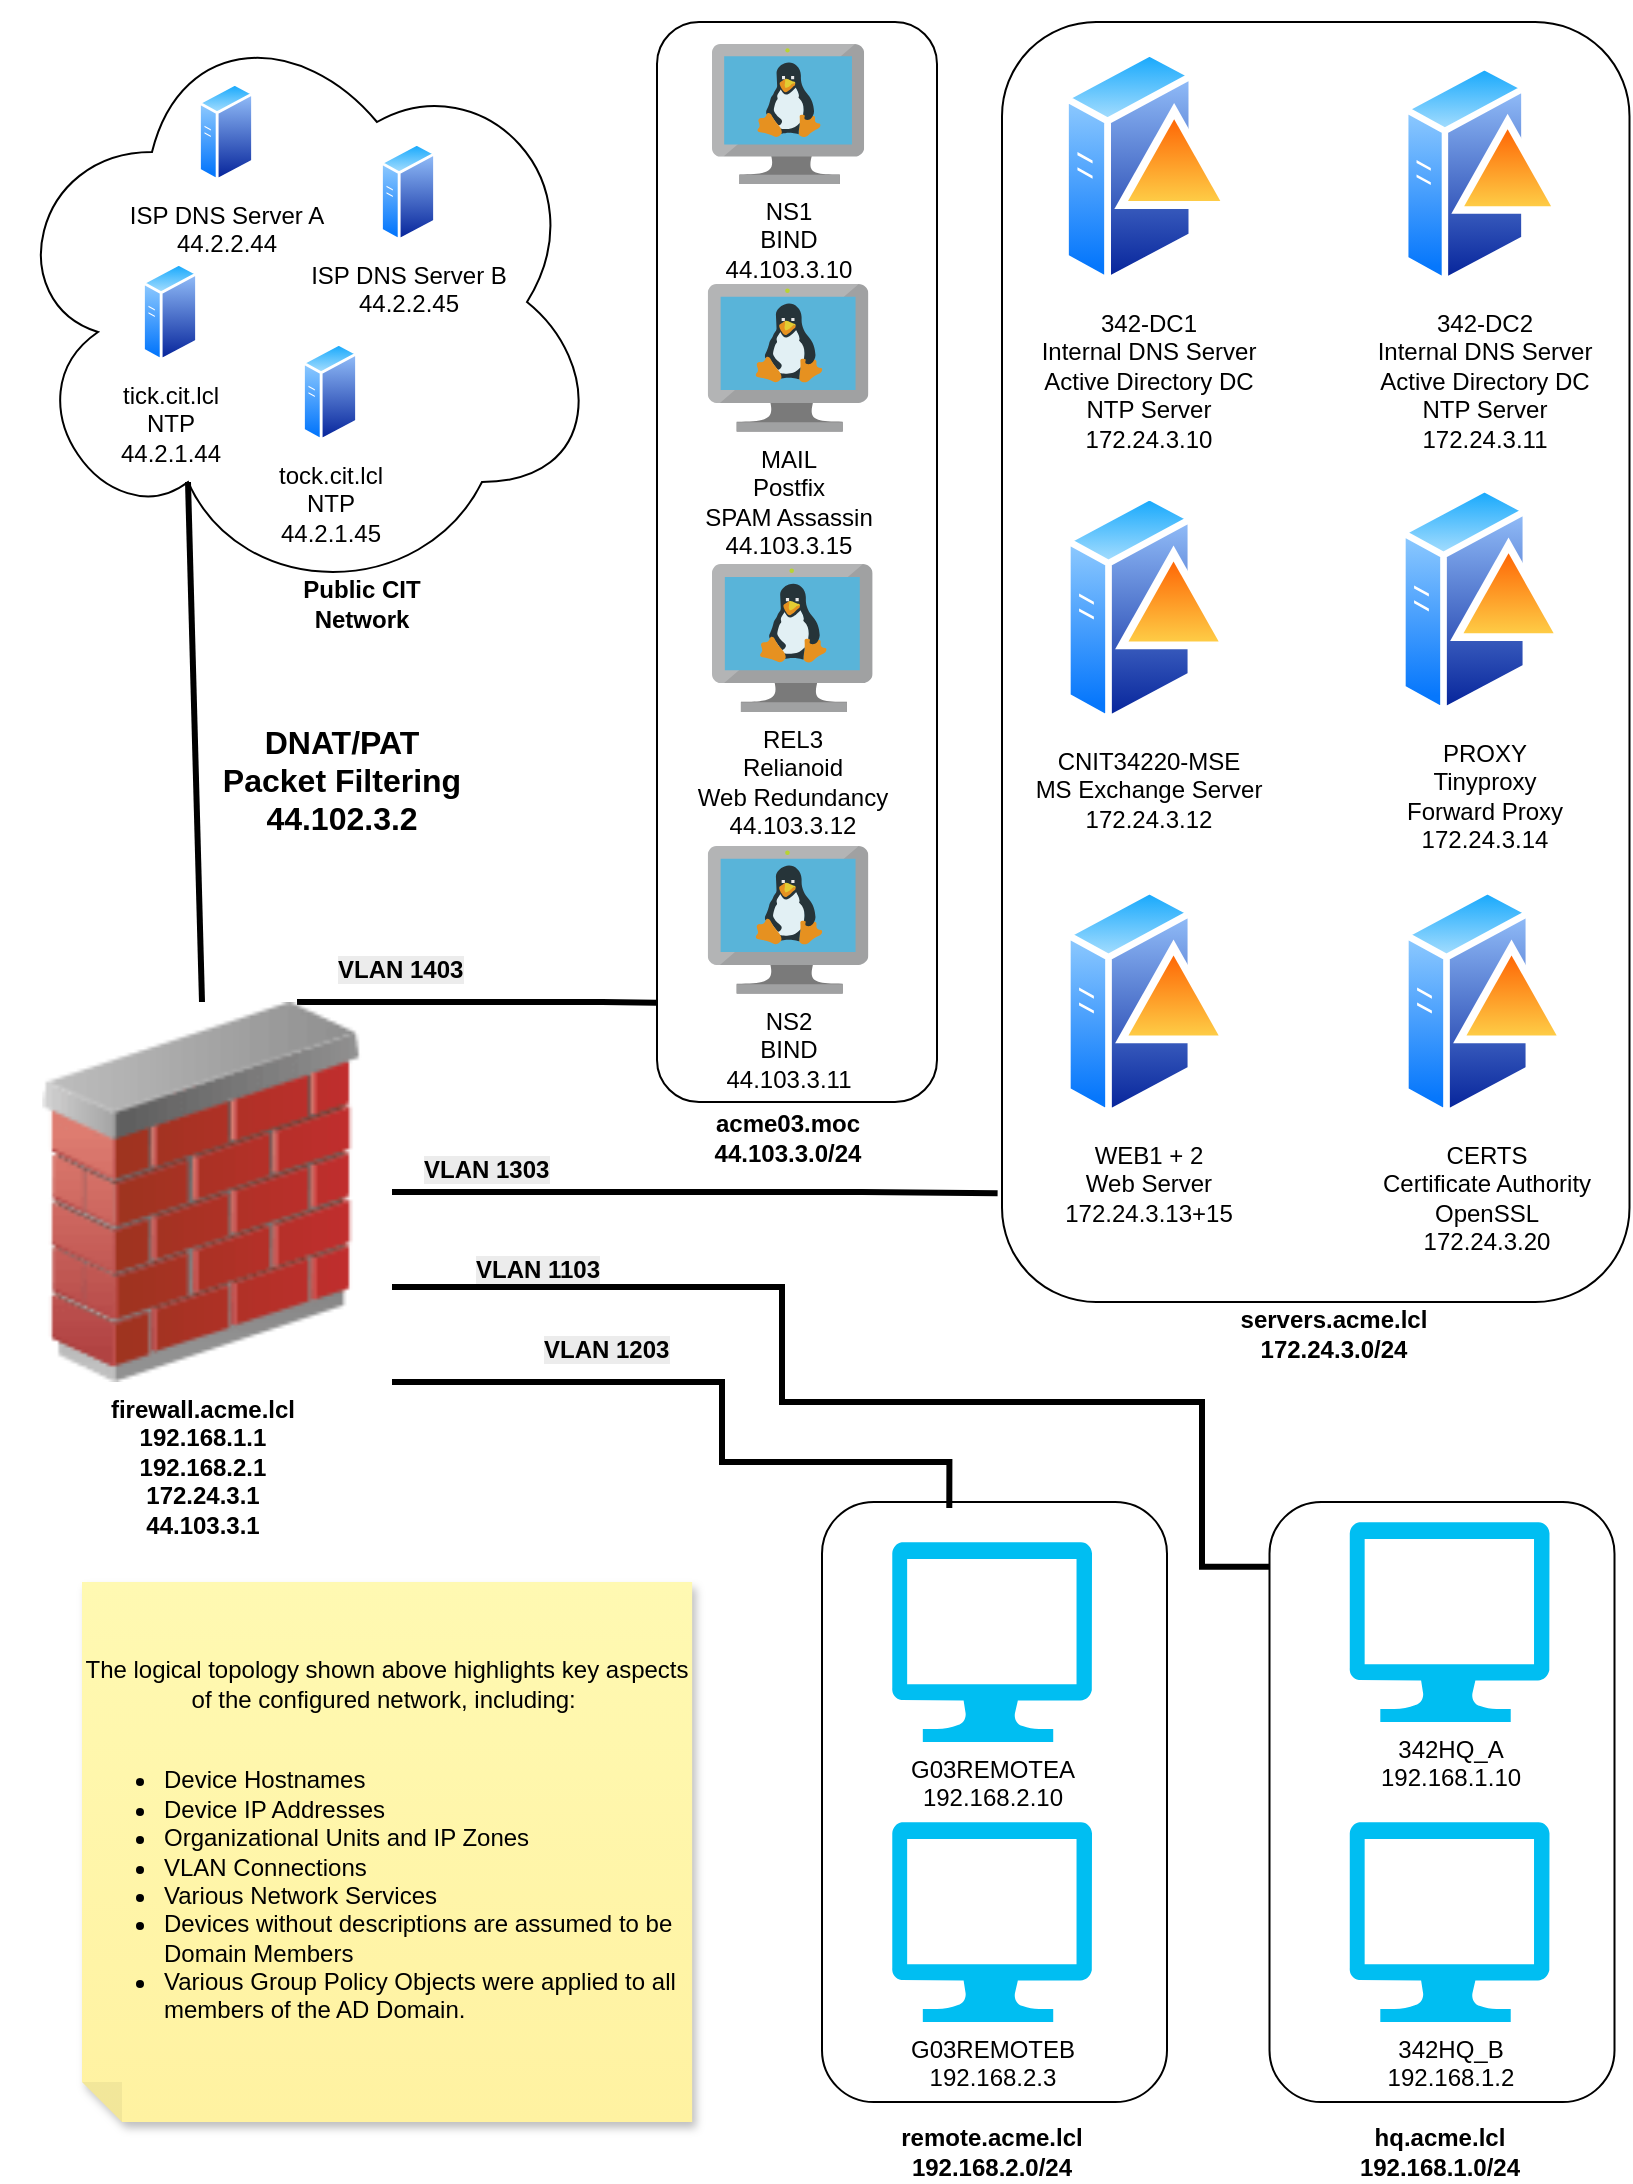
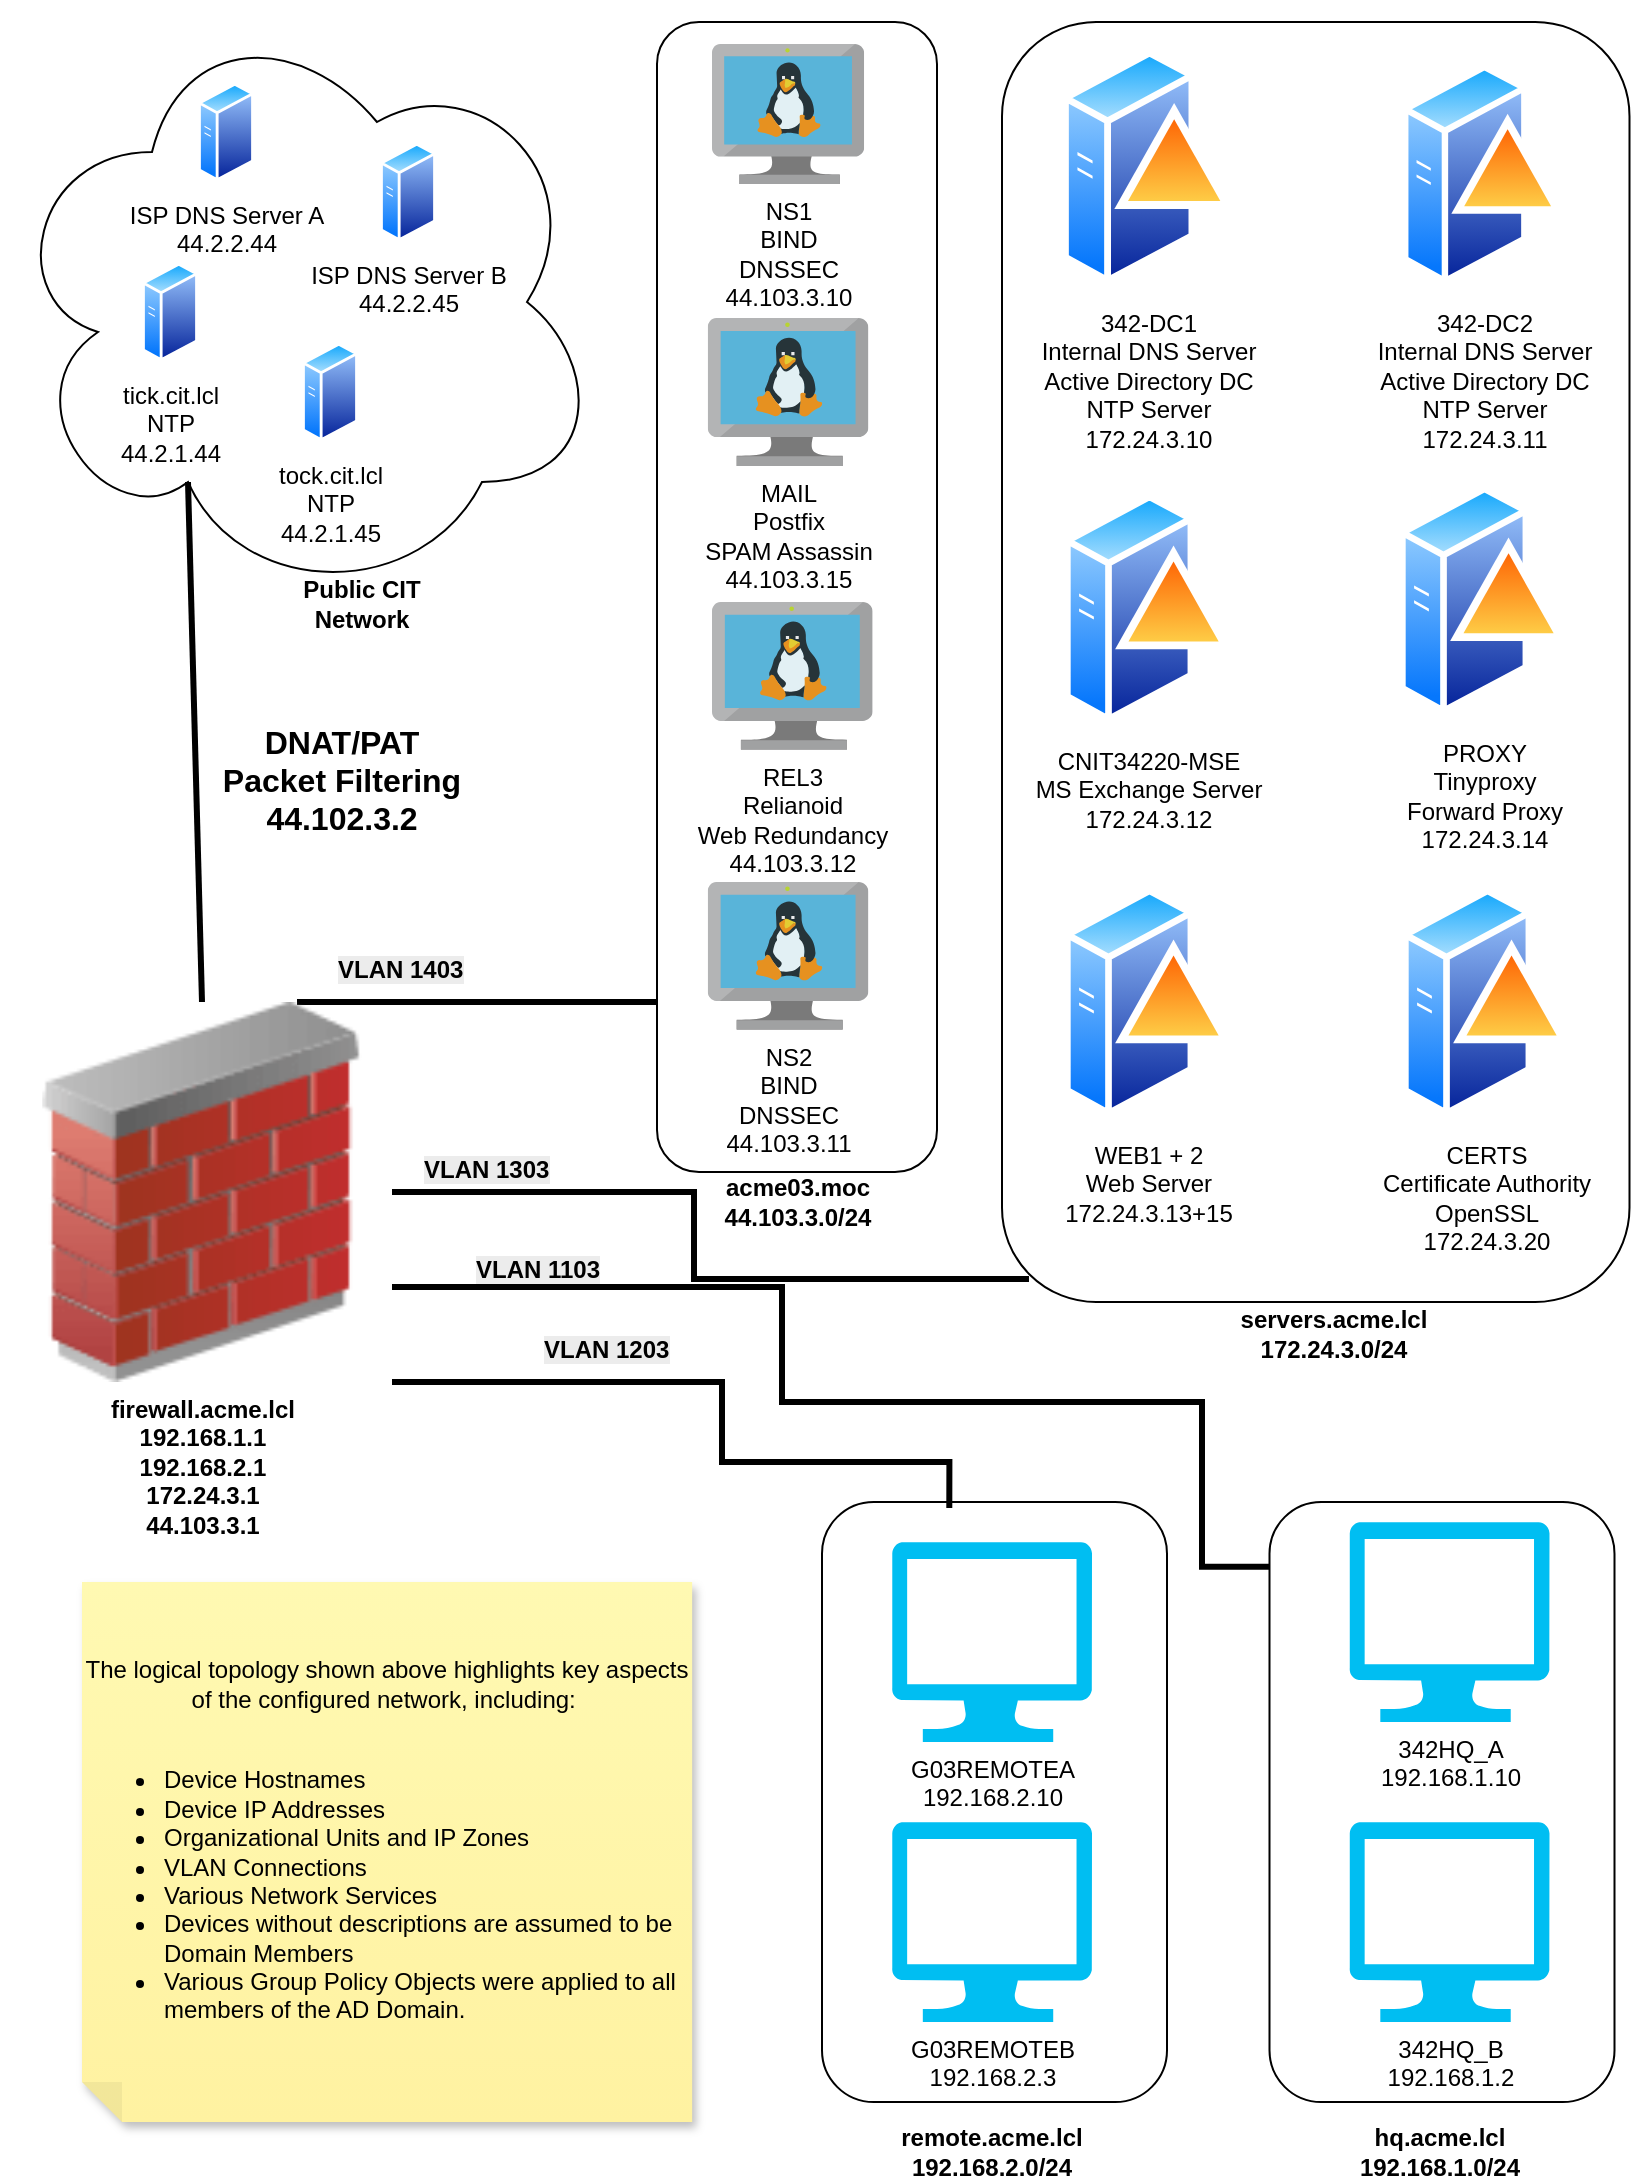
<mxfile host="app.diagrams.net" agent="Mozilla/5.0 (Windows NT 10.0; Win64; x64) AppleWebKit/537.36 (KHTML, like Gecko) Chrome/147.0.0.0 Safari/537.36">
  <diagram name="Page-1" id="woJZa-wE4zO9P6on4YRE">
-     <mxGraphModel dx="836" dy="1041" grid="1" gridSize="10" guides="1" tooltips="1" connect="1" arrows="1" fold="1" page="1" pageScale="1" pageWidth="850" pageHeight="1100" math="0" shadow="0">
+     <mxGraphModel dx="1064" dy="1325" grid="1" gridSize="10" guides="1" tooltips="1" connect="1" arrows="1" fold="1" page="1" pageScale="1" pageWidth="850" pageHeight="1100" math="0" shadow="0">
      <root>
        <mxCell id="0" />
        <mxCell id="1" parent="0" />
        <mxCell id="IlUulNHpeI7RQXlJ9y5z-1" parent="1" style="ellipse;shape=cloud;whiteSpace=wrap;html=1;fillColor=none;" value="" vertex="1">
          <mxGeometry height="300" width="300" x="18" y="5" as="geometry" />
        </mxCell>
        <mxCell id="IlUulNHpeI7RQXlJ9y5z-2" parent="1" style="rounded=1;whiteSpace=wrap;html=1;fillColor=none;" value="" vertex="1">
          <mxGeometry height="300" width="172.5" x="651.75" y="755" as="geometry" />
        </mxCell>
        <mxCell id="IlUulNHpeI7RQXlJ9y5z-3" parent="1" style="rounded=1;whiteSpace=wrap;html=1;fillColor=none;" value="" vertex="1">
          <mxGeometry height="300" width="172.5" x="428" y="755" as="geometry" />
        </mxCell>
        <mxCell id="IlUulNHpeI7RQXlJ9y5z-4" parent="1" style="rounded=1;whiteSpace=wrap;html=1;fillColor=none;" value="" vertex="1">
-           <mxGeometry height="540" width="140" x="345.5" y="15" as="geometry" />
+           <mxGeometry height="575" width="140" x="345.5" y="15" as="geometry" />
        </mxCell>
        <mxCell id="IlUulNHpeI7RQXlJ9y5z-5" parent="1" style="rounded=1;whiteSpace=wrap;html=1;fillColor=none;" value="" vertex="1">
          <mxGeometry height="640" width="313.75" x="518" y="15" as="geometry" />
        </mxCell>
        <mxCell id="IlUulNHpeI7RQXlJ9y5z-6" parent="1" style="image;aspect=fixed;perimeter=ellipsePerimeter;html=1;align=center;shadow=0;dashed=0;spacingTop=3;image=img/lib/active_directory/domain_controller.svg;" value="342-DC1&lt;br&gt;Internal DNS Server&lt;br&gt;Active Directory DC&lt;div&gt;NTP Server&lt;br&gt;&lt;div&gt;172.24.3.10&lt;/div&gt;&lt;/div&gt;" vertex="1">
          <mxGeometry height="122.86" width="86" x="548" y="26" as="geometry" />
        </mxCell>
        <mxCell id="IlUulNHpeI7RQXlJ9y5z-7" parent="1" style="image;aspect=fixed;perimeter=ellipsePerimeter;html=1;align=center;shadow=0;dashed=0;spacingTop=3;image=img/lib/active_directory/domain_controller.svg;" value="342-DC2&lt;br&gt;Internal DNS Server&lt;br&gt;Active Directory DC&lt;div&gt;NTP Server&lt;br&gt;172.24.3.11&lt;/div&gt;" vertex="1">
          <mxGeometry height="115.72" width="81" x="718" y="33.13999999999997" as="geometry" />
        </mxCell>
        <mxCell id="IlUulNHpeI7RQXlJ9y5z-8" parent="1" style="verticalLabelPosition=bottom;html=1;verticalAlign=top;align=center;strokeColor=none;fillColor=#00BEF2;shape=mxgraph.azure.computer;pointerEvents=1;" value="G03REMOTEA&lt;br&gt;192.168.2.10" vertex="1">
          <mxGeometry height="100" width="100" x="463" y="775" as="geometry" />
        </mxCell>
        <mxCell id="IlUulNHpeI7RQXlJ9y5z-9" parent="1" style="verticalLabelPosition=bottom;html=1;verticalAlign=top;align=center;strokeColor=none;fillColor=#00BEF2;shape=mxgraph.azure.computer;pointerEvents=1;" value="G03REMOTEB&lt;br&gt;192.168.2.3" vertex="1">
          <mxGeometry height="100" width="100" x="463" y="915" as="geometry" />
        </mxCell>
        <mxCell id="IlUulNHpeI7RQXlJ9y5z-10" parent="1" style="verticalLabelPosition=bottom;html=1;verticalAlign=top;align=center;strokeColor=none;fillColor=#00BEF2;shape=mxgraph.azure.computer;pointerEvents=1;" value="342HQ_A&lt;div&gt;192.168.1.10&lt;/div&gt;" vertex="1">
          <mxGeometry height="100" width="100" x="691.75" y="765" as="geometry" />
        </mxCell>
        <mxCell id="IlUulNHpeI7RQXlJ9y5z-11" parent="1" style="verticalLabelPosition=bottom;html=1;verticalAlign=top;align=center;strokeColor=none;fillColor=#00BEF2;shape=mxgraph.azure.computer;pointerEvents=1;" value="342HQ_B&lt;div&gt;192.168.1.2&lt;/div&gt;" vertex="1">
          <mxGeometry height="100" width="100" x="691.75" y="915" as="geometry" />
        </mxCell>
-         <mxCell id="IlUulNHpeI7RQXlJ9y5z-12" parent="1" style="image;sketch=0;aspect=fixed;html=1;points=[];align=center;fontSize=12;image=img/lib/mscae/VM_Linux.svg;" value="NS1&lt;br&gt;BIND&lt;br&gt;44.103.3.10" vertex="1">
+         <mxCell id="IlUulNHpeI7RQXlJ9y5z-12" parent="1" style="image;sketch=0;aspect=fixed;html=1;points=[];align=center;fontSize=12;image=img/lib/mscae/VM_Linux.svg;" value="NS1&lt;br&gt;BIND&lt;div&gt;DNSSEC&lt;br&gt;44.103.3.10&lt;/div&gt;" vertex="1">
          <mxGeometry height="70" width="76.08" x="373" y="26" as="geometry" />
        </mxCell>
-         <mxCell id="IlUulNHpeI7RQXlJ9y5z-13" parent="1" style="image;sketch=0;aspect=fixed;html=1;points=[];align=center;fontSize=12;image=img/lib/mscae/VM_Linux.svg;fontStyle=1" value="&lt;span style=&quot;font-weight: normal;&quot;&gt;NS2&lt;br&gt;BIND&lt;br&gt;44.103.3.11&lt;/span&gt;" vertex="1">
-           <mxGeometry height="73.9" width="80.32" x="370.88" y="427" as="geometry" />
+         <mxCell id="IlUulNHpeI7RQXlJ9y5z-13" parent="1" style="image;sketch=0;aspect=fixed;html=1;points=[];align=center;fontSize=12;image=img/lib/mscae/VM_Linux.svg;fontStyle=1" value="&lt;span style=&quot;font-weight: normal;&quot;&gt;NS2&lt;br&gt;BIND&lt;/span&gt;&lt;div&gt;&lt;span style=&quot;font-weight: normal;&quot;&gt;DNSSEC&lt;br&gt;44.103.3.11&lt;/span&gt;&lt;/div&gt;" vertex="1">
+           <mxGeometry height="73.9" width="80.32" x="370.88" y="445" as="geometry" />
        </mxCell>
-         <mxCell id="IlUulNHpeI7RQXlJ9y5z-14" edge="1" parent="1" source="IlUulNHpeI7RQXlJ9y5z-18" style="edgeStyle=orthogonalEdgeStyle;rounded=0;orthogonalLoop=1;jettySize=auto;html=1;exitX=0.75;exitY=0;exitDx=0;exitDy=0;entryX=-0.002;entryY=0.908;entryDx=0;entryDy=0;endArrow=none;endFill=0;strokeWidth=3;entryPerimeter=0;" target="IlUulNHpeI7RQXlJ9y5z-4">
+         <mxCell id="IlUulNHpeI7RQXlJ9y5z-14" edge="1" parent="1" source="IlUulNHpeI7RQXlJ9y5z-18" style="edgeStyle=orthogonalEdgeStyle;rounded=0;orthogonalLoop=1;jettySize=auto;html=1;exitX=0.75;exitY=0;exitDx=0;exitDy=0;endArrow=none;endFill=0;strokeWidth=3;">
          <mxGeometry relative="1" as="geometry">
            <Array as="points">
              <mxPoint x="318" y="505" />
              <mxPoint x="318" y="505" />
            </Array>
-             <mxPoint x="353" y="375" as="targetPoint" />
+             <mxPoint x="345" y="505" as="targetPoint" />
          </mxGeometry>
        </mxCell>
-         <mxCell id="IlUulNHpeI7RQXlJ9y5z-15" edge="1" parent="1" source="IlUulNHpeI7RQXlJ9y5z-18" style="edgeStyle=orthogonalEdgeStyle;rounded=0;orthogonalLoop=1;jettySize=auto;html=1;entryX=-0.007;entryY=0.915;entryDx=0;entryDy=0;endArrow=none;endFill=0;strokeWidth=3;exitX=1;exitY=0.5;exitDx=0;exitDy=0;entryPerimeter=0;" target="IlUulNHpeI7RQXlJ9y5z-5">
+         <mxCell id="IlUulNHpeI7RQXlJ9y5z-15" edge="1" parent="1" source="IlUulNHpeI7RQXlJ9y5z-18" style="edgeStyle=orthogonalEdgeStyle;rounded=0;orthogonalLoop=1;jettySize=auto;html=1;entryX=0.043;entryY=0.982;entryDx=0;entryDy=0;endArrow=none;endFill=0;strokeWidth=3;exitX=1;exitY=0.5;exitDx=0;exitDy=0;entryPerimeter=0;" target="IlUulNHpeI7RQXlJ9y5z-5">
          <mxGeometry relative="1" as="geometry">
            <Array as="points">
-               <mxPoint x="448" y="600" />
-               <mxPoint x="488" y="601" />
+               <mxPoint x="364" y="600" />
+               <mxPoint x="364" y="644" />
            </Array>
            <mxPoint x="238" y="493" as="sourcePoint" />
            <mxPoint x="625.5" y="397.5000000000002" as="targetPoint" />
          </mxGeometry>
        </mxCell>
        <mxCell id="IlUulNHpeI7RQXlJ9y5z-16" edge="1" parent="1" source="IlUulNHpeI7RQXlJ9y5z-18" style="edgeStyle=orthogonalEdgeStyle;rounded=0;orthogonalLoop=1;jettySize=auto;html=1;exitX=1;exitY=0.75;exitDx=0;exitDy=0;entryX=0;entryY=0.108;entryDx=0;entryDy=0;endArrow=none;endFill=0;strokeWidth=3;entryPerimeter=0;" target="IlUulNHpeI7RQXlJ9y5z-2">
          <mxGeometry relative="1" as="geometry">
            <Array as="points">
              <mxPoint x="408" y="648" />
              <mxPoint x="408" y="705" />
              <mxPoint x="618" y="705" />
              <mxPoint x="618" y="787" />
            </Array>
            <mxPoint x="635.5" y="687.4999999999998" as="targetPoint" />
          </mxGeometry>
        </mxCell>
        <mxCell id="IlUulNHpeI7RQXlJ9y5z-17" edge="1" parent="1" source="IlUulNHpeI7RQXlJ9y5z-18" style="edgeStyle=orthogonalEdgeStyle;rounded=0;orthogonalLoop=1;jettySize=auto;html=1;exitX=1;exitY=1;exitDx=0;exitDy=0;entryX=0.369;entryY=0.01;entryDx=0;entryDy=0;endArrow=none;endFill=0;strokeWidth=3;entryPerimeter=0;" target="IlUulNHpeI7RQXlJ9y5z-3">
          <mxGeometry relative="1" as="geometry">
            <Array as="points">
              <mxPoint x="378" y="695" />
              <mxPoint x="378" y="735" />
              <mxPoint x="492" y="735" />
            </Array>
            <mxPoint x="363" y="724.9999999999998" as="targetPoint" />
          </mxGeometry>
        </mxCell>
        <mxCell id="IlUulNHpeI7RQXlJ9y5z-18" parent="1" style="image;html=1;image=img/lib/clip_art/networking/Firewall_02_128x128.png" value="&lt;b&gt;firewall.acme.lcl&lt;/b&gt;&lt;div&gt;&lt;b&gt;192.168.1.1&lt;br&gt;192.168.2.1&lt;br&gt;172.24.3.1&lt;br&gt;44.103.3.1&lt;/b&gt;&lt;/div&gt;" vertex="1">
          <mxGeometry height="190" width="190" x="23" y="505" as="geometry" />
        </mxCell>
        <mxCell id="IlUulNHpeI7RQXlJ9y5z-19" parent="1" style="text;html=1;whiteSpace=wrap;strokeColor=none;fillColor=none;align=center;verticalAlign=middle;rounded=0;" value="&lt;b&gt;servers.acme.lcl&lt;br&gt;172.24.3.0/24&lt;br&gt;&lt;/b&gt;" vertex="1">
          <mxGeometry height="30" width="100" x="634" y="656" as="geometry" />
        </mxCell>
        <mxCell id="IlUulNHpeI7RQXlJ9y5z-20" parent="1" style="text;html=1;whiteSpace=wrap;strokeColor=none;fillColor=none;align=center;verticalAlign=middle;rounded=0;" value="&lt;b&gt;hq.acme.lcl&lt;br&gt;192.168.1.0/24&lt;br&gt;&lt;/b&gt;" vertex="1">
          <mxGeometry height="30" width="100" x="686.75" y="1065" as="geometry" />
        </mxCell>
        <mxCell id="IlUulNHpeI7RQXlJ9y5z-21" parent="1" style="text;html=1;whiteSpace=wrap;strokeColor=none;fillColor=none;align=center;verticalAlign=middle;rounded=0;" value="&lt;b&gt;remote.acme.lcl&lt;/b&gt;&lt;div&gt;&lt;b&gt;192.168.2.0/24&lt;br&gt;&lt;/b&gt;&lt;/div&gt;" vertex="1">
          <mxGeometry height="30" width="100" x="463" y="1065" as="geometry" />
        </mxCell>
        <mxCell id="IlUulNHpeI7RQXlJ9y5z-22" parent="1" style="text;html=1;whiteSpace=wrap;strokeColor=none;fillColor=none;align=center;verticalAlign=middle;rounded=0;" value="&lt;b&gt;acme03.moc&lt;br&gt;44.103.3.0/24&lt;br&gt;&lt;/b&gt;" vertex="1">
-           <mxGeometry height="30" width="100" x="361.04" y="558" as="geometry" />
+           <mxGeometry height="30" width="100" x="365.5" y="590" as="geometry" />
        </mxCell>
        <mxCell id="IlUulNHpeI7RQXlJ9y5z-23" parent="1" style="text;whiteSpace=wrap;html=1;" value="&lt;b style=&quot;forced-color-adjust: none; color: rgb(0, 0, 0); font-family: Helvetica; font-size: 12px; font-style: normal; font-variant-ligatures: normal; font-variant-caps: normal; letter-spacing: normal; orphans: 2; text-align: center; text-indent: 0px; text-transform: none; widows: 2; word-spacing: 0px; -webkit-text-stroke-width: 0px; white-space: normal; background-color: rgb(236, 236, 236); text-decoration-thickness: initial; text-decoration-style: initial; text-decoration-color: initial;&quot;&gt;VLAN 1403&lt;/b&gt;" vertex="1">
          <mxGeometry height="40" width="100" x="183.5" y="475" as="geometry" />
        </mxCell>
        <mxCell id="IlUulNHpeI7RQXlJ9y5z-24" parent="1" style="text;whiteSpace=wrap;html=1;" value="&lt;b style=&quot;forced-color-adjust: none; color: rgb(0, 0, 0); font-family: Helvetica; font-size: 12px; font-style: normal; font-variant-ligatures: normal; font-variant-caps: normal; letter-spacing: normal; orphans: 2; text-align: center; text-indent: 0px; text-transform: none; widows: 2; word-spacing: 0px; -webkit-text-stroke-width: 0px; white-space: normal; background-color: rgb(236, 236, 236); text-decoration-thickness: initial; text-decoration-style: initial; text-decoration-color: initial;&quot;&gt;VLAN 1303&lt;/b&gt;" vertex="1">
          <mxGeometry height="40" width="100" x="227" y="575" as="geometry" />
        </mxCell>
        <mxCell id="IlUulNHpeI7RQXlJ9y5z-25" parent="1" style="text;whiteSpace=wrap;html=1;" value="&lt;b style=&quot;forced-color-adjust: none; color: rgb(0, 0, 0); font-family: Helvetica; font-size: 12px; font-style: normal; font-variant-ligatures: normal; font-variant-caps: normal; letter-spacing: normal; orphans: 2; text-align: center; text-indent: 0px; text-transform: none; widows: 2; word-spacing: 0px; -webkit-text-stroke-width: 0px; white-space: normal; background-color: rgb(236, 236, 236); text-decoration-thickness: initial; text-decoration-style: initial; text-decoration-color: initial;&quot;&gt;VLAN 1103&lt;/b&gt;" vertex="1">
          <mxGeometry height="40" width="100" x="253" y="625" as="geometry" />
        </mxCell>
        <mxCell id="IlUulNHpeI7RQXlJ9y5z-26" parent="1" style="text;whiteSpace=wrap;html=1;" value="&lt;b style=&quot;forced-color-adjust: none; color: rgb(0, 0, 0); font-family: Helvetica; font-size: 12px; font-style: normal; font-variant-ligatures: normal; font-variant-caps: normal; letter-spacing: normal; orphans: 2; text-align: center; text-indent: 0px; text-transform: none; widows: 2; word-spacing: 0px; -webkit-text-stroke-width: 0px; white-space: normal; background-color: rgb(236, 236, 236); text-decoration-thickness: initial; text-decoration-style: initial; text-decoration-color: initial;&quot;&gt;VLAN 1203&lt;/b&gt;" vertex="1">
          <mxGeometry height="30" width="75" x="287" y="665" as="geometry" />
        </mxCell>
        <mxCell id="IlUulNHpeI7RQXlJ9y5z-27" parent="1" style="shape=note;whiteSpace=wrap;html=1;backgroundOutline=1;fontColor=#000000;darkOpacity=0.05;fillColor=#FFF9B2;strokeColor=none;fillStyle=solid;direction=west;gradientDirection=north;gradientColor=#FFF2A1;shadow=1;size=20;pointerEvents=1;" value="&lt;div&gt;&lt;span style=&quot;background-color: transparent; color: light-dark(rgb(0, 0, 0), rgb(237, 237, 237));&quot;&gt;The logical topology shown above highlights key aspects of the configured network, including:&amp;nbsp;&lt;/span&gt;&lt;/div&gt;&lt;div&gt;&lt;div style=&quot;text-align: left;&quot;&gt;&lt;br&gt;&lt;ul&gt;&lt;li&gt;Device Hostnames&lt;/li&gt;&lt;li&gt;Device IP Addresses&lt;/li&gt;&lt;li&gt;Organizational Units and IP Zones&lt;/li&gt;&lt;li&gt;VLAN Connections&lt;/li&gt;&lt;li&gt;Various Network Services&lt;/li&gt;&lt;li&gt;Devices without descriptions are assumed to be Domain Members&lt;/li&gt;&lt;li&gt;Various Group Policy Objects were applied to all members of the AD Domain.&lt;/li&gt;&lt;/ul&gt;&lt;/div&gt;&lt;/div&gt;" vertex="1">
          <mxGeometry height="270" width="305.08" x="58" y="795" as="geometry" />
        </mxCell>
        <mxCell id="IlUulNHpeI7RQXlJ9y5z-28" parent="1" style="image;aspect=fixed;perimeter=ellipsePerimeter;html=1;align=center;shadow=0;dashed=0;spacingTop=3;image=img/lib/active_directory/generic_server.svg;fontStyle=0" value="&lt;span&gt;ISP DNS Server A&lt;/span&gt;&lt;div&gt;&lt;span&gt;44.2.2.44&lt;/span&gt;&lt;/div&gt;" vertex="1">
          <mxGeometry height="50" width="28" x="116" y="45" as="geometry" />
        </mxCell>
        <mxCell id="IlUulNHpeI7RQXlJ9y5z-29" parent="1" style="text;html=1;whiteSpace=wrap;strokeColor=none;fillColor=none;align=center;verticalAlign=middle;rounded=0;" value="&lt;b&gt;Public CIT Network&lt;/b&gt;" vertex="1">
          <mxGeometry height="30" width="90" x="153" y="291.1" as="geometry" />
        </mxCell>
        <mxCell id="IlUulNHpeI7RQXlJ9y5z-30" edge="1" parent="1" source="IlUulNHpeI7RQXlJ9y5z-18" style="edgeStyle=none;curved=1;rounded=0;orthogonalLoop=1;jettySize=auto;html=1;exitX=0.5;exitY=0;exitDx=0;exitDy=0;entryX=0.31;entryY=0.8;entryDx=0;entryDy=0;entryPerimeter=0;fontSize=12;startSize=8;endSize=8;strokeWidth=3;endArrow=none;endFill=0;" target="IlUulNHpeI7RQXlJ9y5z-1">
          <mxGeometry relative="1" as="geometry" />
        </mxCell>
        <mxCell id="IlUulNHpeI7RQXlJ9y5z-31" parent="1" style="text;html=1;whiteSpace=wrap;strokeColor=none;fillColor=none;align=center;verticalAlign=middle;rounded=0;fontSize=16;" value="&lt;b&gt;DNAT/PAT&lt;br&gt;Packet Filtering&lt;br&gt;&lt;/b&gt;&lt;div&gt;&lt;b&gt;44.102.3.2&lt;/b&gt;&lt;/div&gt;" vertex="1">
          <mxGeometry height="60" width="140" x="118" y="363.95" as="geometry" />
        </mxCell>
        <mxCell id="IlUulNHpeI7RQXlJ9y5z-32" parent="1" style="image;aspect=fixed;perimeter=ellipsePerimeter;html=1;align=center;shadow=0;dashed=0;spacingTop=3;image=img/lib/active_directory/domain_controller.svg;" value="CNIT34220-MSE&lt;br&gt;MS Exchange Server&lt;br&gt;172.24.3.12" vertex="1">
          <mxGeometry height="120" width="84" x="549" y="248" as="geometry" />
        </mxCell>
        <mxCell id="IlUulNHpeI7RQXlJ9y5z-33" parent="1" style="image;sketch=0;aspect=fixed;html=1;points=[];align=center;fontSize=12;image=img/lib/mscae/VM_Linux.svg;fontStyle=1" value="&lt;span style=&quot;font-weight: normal;&quot;&gt;MAIL&lt;br&gt;Postfix&lt;/span&gt;&lt;div&gt;&lt;span style=&quot;font-weight: normal;&quot;&gt;SPAM Assassin&lt;br&gt;44.103.3.15&lt;/span&gt;&lt;/div&gt;" vertex="1">
-           <mxGeometry height="73.9" width="80.32" x="370.88" y="146.00000000000003" as="geometry" />
+           <mxGeometry height="73.9" width="80.32" x="370.88" y="163.05000000000004" as="geometry" />
        </mxCell>
        <mxCell id="IlUulNHpeI7RQXlJ9y5z-34" parent="1" style="image;aspect=fixed;perimeter=ellipsePerimeter;html=1;align=center;shadow=0;dashed=0;spacingTop=3;image=img/lib/active_directory/generic_server.svg;fontStyle=0" value="&lt;span&gt;ISP DNS Server B&lt;/span&gt;&lt;div&gt;&lt;span&gt;44.2.2.45&lt;/span&gt;&lt;/div&gt;" vertex="1">
          <mxGeometry height="50" width="28" x="207" y="75" as="geometry" />
        </mxCell>
        <mxCell id="IlUulNHpeI7RQXlJ9y5z-35" parent="1" style="image;aspect=fixed;perimeter=ellipsePerimeter;html=1;align=center;shadow=0;dashed=0;spacingTop=3;image=img/lib/active_directory/generic_server.svg;fontStyle=0" value="tock.cit.lcl&lt;div&gt;NTP&lt;br&gt;&lt;div&gt;&lt;span&gt;44.2.1.45&lt;/span&gt;&lt;/div&gt;&lt;/div&gt;" vertex="1">
          <mxGeometry height="50" width="28" x="168" y="175" as="geometry" />
        </mxCell>
        <mxCell id="IlUulNHpeI7RQXlJ9y5z-36" parent="1" style="image;aspect=fixed;perimeter=ellipsePerimeter;html=1;align=center;shadow=0;dashed=0;spacingTop=3;image=img/lib/active_directory/generic_server.svg;fontStyle=0" value="tick.cit.lcl&lt;div&gt;NTP&lt;br&gt;&lt;div&gt;&lt;span&gt;44.2.1.44&lt;/span&gt;&lt;/div&gt;&lt;/div&gt;" vertex="1">
          <mxGeometry height="50" width="28" x="88" y="135" as="geometry" />
        </mxCell>
        <mxCell id="IlUulNHpeI7RQXlJ9y5z-37" parent="1" style="image;sketch=0;aspect=fixed;html=1;points=[];align=center;fontSize=12;image=img/lib/mscae/VM_Linux.svg;fontStyle=1" value="&lt;span style=&quot;font-weight: 400;&quot;&gt;REL3&lt;/span&gt;&lt;br&gt;&lt;div&gt;&lt;span style=&quot;font-weight: 400;&quot;&gt;Relianoid&lt;br&gt;&lt;/span&gt;&lt;div&gt;&lt;span style=&quot;font-weight: 400;&quot;&gt;Web Redundancy&lt;br&gt;&lt;/span&gt;&lt;div&gt;&lt;div&gt;&lt;span style=&quot;font-weight: normal;&quot;&gt;44.103.3.12&lt;/span&gt;&lt;/div&gt;&lt;/div&gt;&lt;/div&gt;&lt;/div&gt;" vertex="1">
-           <mxGeometry height="73.9" width="80.32" x="373.00000000000006" y="286.05" as="geometry" />
+           <mxGeometry height="73.9" width="80.32" x="373.00000000000006" y="305" as="geometry" />
        </mxCell>
        <mxCell id="IlUulNHpeI7RQXlJ9y5z-38" parent="1" style="image;aspect=fixed;perimeter=ellipsePerimeter;html=1;align=center;shadow=0;dashed=0;spacingTop=3;image=img/lib/active_directory/domain_controller.svg;" value="PROXY&lt;br&gt;Tinyproxy&lt;div&gt;Forward Proxy&lt;br&gt;172.24.3.14&lt;/div&gt;" vertex="1">
          <mxGeometry height="120" width="84" x="716.5" y="243.95" as="geometry" />
        </mxCell>
        <mxCell id="IlUulNHpeI7RQXlJ9y5z-39" parent="1" style="image;aspect=fixed;perimeter=ellipsePerimeter;html=1;align=center;shadow=0;dashed=0;spacingTop=3;image=img/lib/active_directory/domain_controller.svg;" value="&lt;div&gt;CERTS&lt;/div&gt;&lt;div&gt;Certificate Authority&lt;/div&gt;&lt;div&gt;OpenSSL&lt;/div&gt;172.24.3.20" vertex="1">
          <mxGeometry height="120" width="84" x="718" y="445" as="geometry" />
        </mxCell>
        <mxCell id="IlUulNHpeI7RQXlJ9y5z-40" parent="1" style="image;aspect=fixed;perimeter=ellipsePerimeter;html=1;align=center;shadow=0;dashed=0;spacingTop=3;image=img/lib/active_directory/domain_controller.svg;" value="WEB1 + 2&lt;br&gt;Web Server&lt;br&gt;172.24.3.13+15" vertex="1">
          <mxGeometry height="120" width="84" x="549" y="445" as="geometry" />
        </mxCell>
      </root>
    </mxGraphModel>
  </diagram>
</mxfile>
